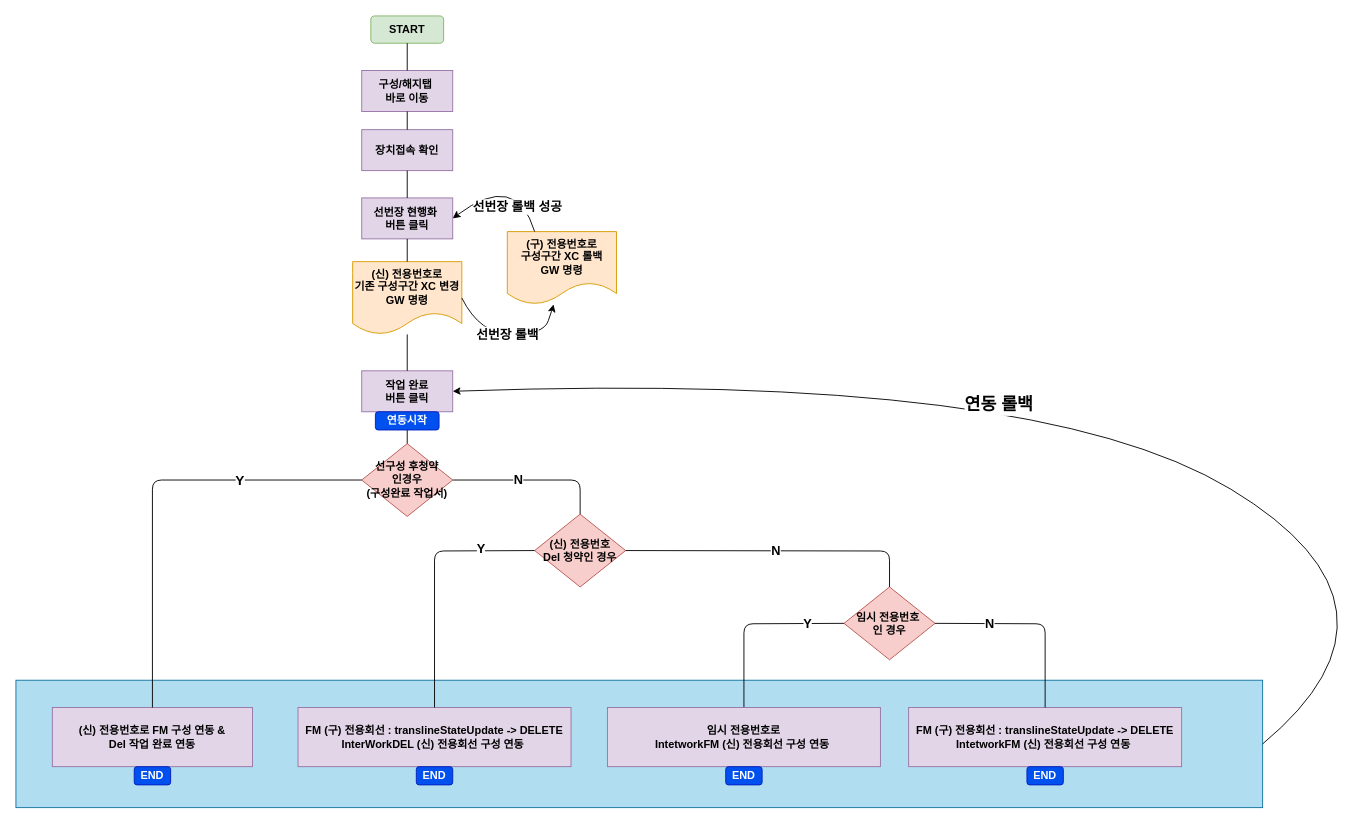
Before: 작업서 진행.drawio in CharmingTree/UML, a draw.io diagram. Source tidied: cells renumbered, new cells numbered last; positions are measured from the earlier drawing's top-left corner, leaving out a move shared by most shapes. Both pictures are drawn from the tidied source at 91%, with x=0, y=0 at pixel (15, 15).
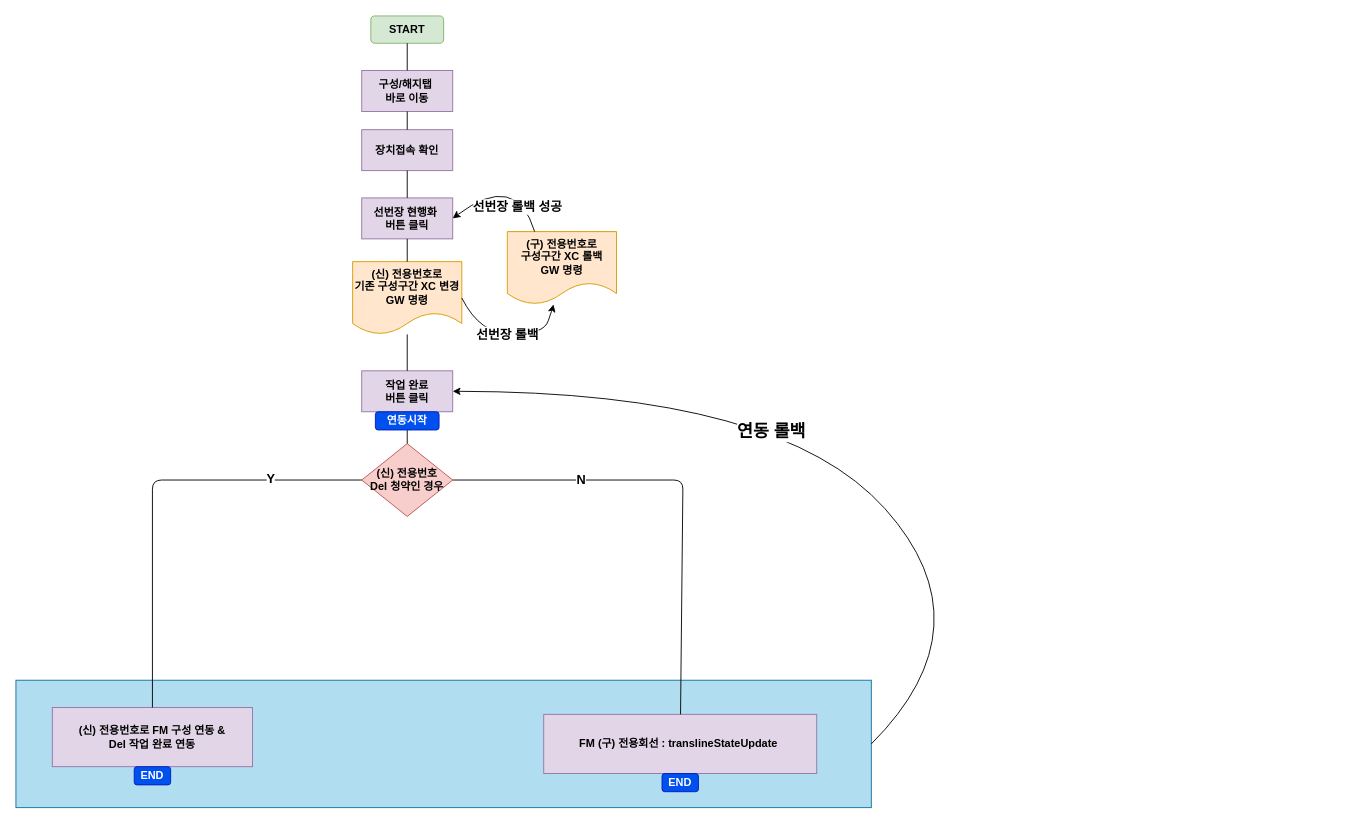
Above is the later version.

Commit message:
Update 작업서 진행.drawio

Unchanged cells that the change refers to:
```xml
<mxCell id="7" value="작업 완료&lt;br&gt;버튼 클릭" style="rounded=0;whiteSpace=wrap;html=1;fillColor=#e1d5e7;strokeColor=#9673a6;fontStyle=1;" parent="1" vertex="1">
  <mxGeometry x="380" y="390" width="100" height="45" as="geometry" />
</mxCell>
<mxCell id="11" value="(신) 전용번호로 FM 구성 연동 &amp;amp;&lt;br&gt;Del 작업 완료 연동&lt;br&gt;" style="rounded=0;whiteSpace=wrap;html=1;fillColor=#e1d5e7;strokeColor=#9673a6;fontStyle=1;" parent="1" vertex="1">
  <mxGeometry x="40" y="760" width="220" height="65" as="geometry" />
</mxCell>
```

The edit, as a diff of the source:
```diff
@@
     <mxCell id="2" style="rounded=0;whiteSpace=wrap;html=1;fontSize=14;verticalAlign=top;fillColor=#b1ddf0;strokeColor=#10739e;" parent="1" vertex="1">
-      <mxGeometry y="730" width="1370" height="140" as="geometry" />
+      <mxGeometry y="730" width="940" height="140" as="geometry" />
     </mxCell>
@@
-    <mxCell id="9" value="선구성 후청약&lt;br&gt;인경우&lt;br&gt;(구성완료 작업서)" style="rhombus;whiteSpace=wrap;html=1;fillColor=#f8cecc;strokeColor=#b85450;fontStyle=1;" parent="1" vertex="1">
-      <mxGeometry x="380" y="470" width="100" height="80" as="geometry" />
-    </mxCell>
-    <mxCell id="10" value="FM (구) 전용회선 : translineStateUpdate -&amp;gt; DELETE&lt;br&gt;InterWorkDEL (신) 전용회선 구성 연동&amp;nbsp;" style="rounded=0;whiteSpace=wrap;html=1;fillColor=#e1d5e7;strokeColor=#9673a6;fontStyle=1;" parent="1" vertex="1">
-      <mxGeometry x="310" y="760" width="300" height="65" as="geometry" />
-    </mxCell>
@@
     <mxCell id="12" value="(신) 전용번호&lt;br&gt;Del 청약인 경우" style="rhombus;whiteSpace=wrap;html=1;fillColor=#f8cecc;strokeColor=#b85450;fontStyle=1;" parent="1" vertex="1">
-      <mxGeometry x="570" y="547.5" width="100" height="80" as="geometry" />
+      <mxGeometry x="380" y="470" width="100" height="80" as="geometry" />
     </mxCell>
-    <mxCell id="13" value="Y" style="endArrow=none;html=1;entryX=0;entryY=0.5;entryDx=0;entryDy=0;exitX=0.5;exitY=0;exitDx=0;exitDy=0;fontStyle=1;fontSize=15;" parent="1" edge="1" source="11" target="9">
-      <mxGeometry x="0.44" relative="1" as="geometry">
-        <Array as="points">
-          <mxPoint x="150" y="510" />
-        </Array>
-      </mxGeometry>
-    </mxCell>
-    <mxCell id="14" value="N" style="endArrow=none;html=1;entryX=1;entryY=0.5;entryDx=0;entryDy=0;exitX=0.5;exitY=0;exitDx=0;exitDy=0;fontSize=14;fontStyle=1;" parent="1" edge="1" source="12" target="9">
-      <mxGeometry x="0.21" relative="1" as="geometry">
-        <Array as="points">
-          <mxPoint x="620" y="510" />
-        </Array>
-        <mxPoint x="1" as="offset" />
-      </mxGeometry>
-    </mxCell>
-    <mxCell id="15" style="endArrow=none;html=1;entryX=0;entryY=0.5;entryDx=0;entryDy=0;exitX=0.5;exitY=0;exitDx=0;exitDy=0;fontSize=14;fontStyle=1;" parent="1" edge="1" source="10" target="12">
+    <mxCell id="15" style="endArrow=none;html=1;entryX=0;entryY=0.5;entryDx=0;entryDy=0;exitX=0.5;exitY=0;exitDx=0;exitDy=0;fontSize=14;fontStyle=1;" parent="1" edge="1" source="11" target="12">
       <mxGeometry relative="1" as="geometry">
         <Array as="points">
-          <mxPoint x="460" y="588" />
+          <mxPoint x="150" y="510" />
         </Array>
       </mxGeometry>
     </mxCell>
@@
-    <mxCell id="17" value="FM (구) 전용회선 : translineStateUpdate -&amp;gt; DELETE&lt;br&gt;IntetworkFM (신) 전용회선 구성 연동&amp;nbsp;" style="rounded=0;whiteSpace=wrap;html=1;fillColor=#e1d5e7;strokeColor=#9673a6;fontStyle=1;" parent="1" vertex="1">
-      <mxGeometry x="981" y="760" width="300" height="65" as="geometry" />
+    <mxCell id="17" value="FM (구) 전용회선 : translineStateUpdate&amp;nbsp;" style="rounded=0;whiteSpace=wrap;html=1;fillColor=#e1d5e7;strokeColor=#9673a6;fontStyle=1;" parent="1" vertex="1">
+      <mxGeometry x="580" y="767.5" width="300" height="65" as="geometry" />
     </mxCell>
@@
-    <mxCell id="23" style="endArrow=none;html=1;entryX=0.5;entryY=1;entryDx=0;entryDy=0;exitX=0.5;exitY=0;exitDx=0;exitDy=0;fontStyle=1;" parent="1" edge="1" source="9" target="7">
-      <mxGeometry relative="1" as="geometry" />
+    <mxCell id="23" style="endArrow=none;html=1;entryX=0.5;entryY=1;entryDx=0;entryDy=0;exitX=0.5;exitY=0;exitDx=0;exitDy=0;fontStyle=1;" parent="1" edge="1" target="7">
+      <mxGeometry relative="1" as="geometry">
+        <mxPoint x="430" y="470" as="sourcePoint" />
+      </mxGeometry>
     </mxCell>
@@
-    <mxCell id="25" value="END" style="rounded=1;whiteSpace=wrap;html=1;fillColor=#0050ef;strokeColor=#001DBC;fontColor=#ffffff;fontStyle=1;" parent="1" vertex="1">
-      <mxGeometry x="440" y="825" width="40" height="20" as="geometry" />
-    </mxCell>
     <mxCell id="26" value="END" style="rounded=1;whiteSpace=wrap;html=1;fillColor=#0050ef;strokeColor=#001DBC;fontColor=#ffffff;fontStyle=1;" parent="1" vertex="1">
-      <mxGeometry x="1111" y="825" width="40" height="20" as="geometry" />
+      <mxGeometry x="710" y="832.5" width="40" height="20" as="geometry" />
     </mxCell>
@@
-    <mxCell id="28" value="임시 전용번호&amp;nbsp;&lt;br&gt;인 경우" style="rhombus;whiteSpace=wrap;html=1;fillColor=#f8cecc;strokeColor=#b85450;fontStyle=1;" parent="1" vertex="1">
-      <mxGeometry x="910" y="627.5" width="100" height="80" as="geometry" />
-    </mxCell>
-    <mxCell id="29" value="N" style="endArrow=none;html=1;entryX=1;entryY=0.5;entryDx=0;entryDy=0;exitX=0.5;exitY=0;exitDx=0;exitDy=0;fontStyle=1;fontSize=14;" parent="1" edge="1" source="28" target="12">
-      <mxGeometry relative="1" as="geometry">
+    <mxCell id="29" value="N" style="endArrow=none;html=1;entryX=1;entryY=0.5;entryDx=0;entryDy=0;fontStyle=1;fontSize=14;" parent="1" edge="1" source="17" target="12">
+      <mxGeometry x="0.45" relative="1" as="geometry">
         <Array as="points">
-          <mxPoint x="960" y="588" />
+          <mxPoint x="733" y="510" />
         </Array>
       </mxGeometry>
     </mxCell>
-    <mxCell id="30" value="Y" style="endArrow=none;html=1;entryX=0;entryY=0.5;entryDx=0;entryDy=0;exitX=0.5;exitY=0;exitDx=0;exitDy=0;fontStyle=1;fontSize=14;" parent="1" edge="1" source="32" target="28">
-      <mxGeometry x="0.6" relative="1" as="geometry">
-        <Array as="points">
-          <mxPoint x="800" y="668" />
-        </Array>
-      </mxGeometry>
-    </mxCell>
-    <mxCell id="31" value="N" style="endArrow=none;html=1;entryX=1;entryY=0.5;entryDx=0;entryDy=0;exitX=0.5;exitY=0;exitDx=0;exitDy=0;fontSize=14;fontStyle=1;" parent="1" edge="1" source="17" target="28">
-      <mxGeometry x="0.44" relative="1" as="geometry">
-        <Array as="points">
-          <mxPoint x="1131" y="668" />
-        </Array>
-      </mxGeometry>
-    </mxCell>
-    <mxCell id="32" value="임시 전용번호로&lt;br&gt;IntetworkFM (신) 전용회선 구성 연동&amp;nbsp;" style="rounded=0;whiteSpace=wrap;html=1;fillColor=#e1d5e7;strokeColor=#9673a6;fontStyle=1;" parent="1" vertex="1">
-      <mxGeometry x="650" y="760" width="300" height="65" as="geometry" />
-    </mxCell>
-    <mxCell id="33" value="END" style="rounded=1;whiteSpace=wrap;html=1;fillColor=#0050ef;strokeColor=#001DBC;fontColor=#ffffff;fontStyle=1;" parent="1" vertex="1">
-      <mxGeometry x="780" y="825" width="40" height="20" as="geometry" />
-    </mxCell>
@@
     <mxCell id="37" value="연동 롤백" style="curved=1;endArrow=classic;html=1;fontSize=19;entryX=1;entryY=0.5;entryDx=0;entryDy=0;exitX=1;exitY=0.5;exitDx=0;exitDy=0;fontStyle=1;" parent="1" edge="1" source="2" target="7">
       <mxGeometry x="0.13" y="38" relative="1" as="geometry">
         <Array as="points">
-          <mxPoint x="1550" y="650" />
-          <mxPoint x="1120" y="390" />
+          <mxPoint x="1070" y="670" />
+          <mxPoint x="840" y="413" />
         </Array>
         <mxPoint y="-1" as="offset" />
       </mxGeometry>
     </mxCell>
```
